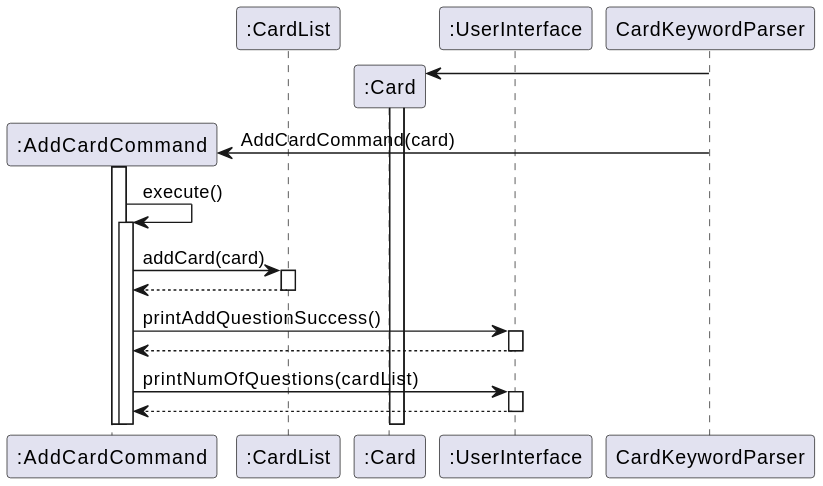
Before: docs/img/CardAddSequence.svg, a diagram exported from PlantUML (nus-cs2113-AY2223S2/tp).
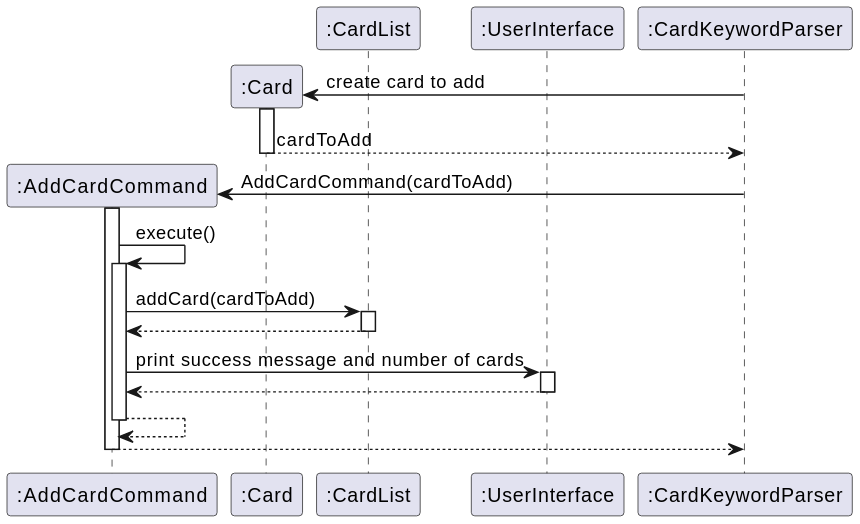
After the change.

Commit message:
Updated Card Sequence file

What changed in the source:
```diff
@@ -2,26 +2,26 @@
 autoactivate on
 
 participant ":AddCardCommand" as AddCardCommand
+participant ":Card" as Card
 participant ":CardList" as CardList
-participant ":Card" as Card
 participant ":UserInterface" as UserInterface
+participant ":CardKeywordParser" as CardKeywordParser
 
 Create Card
-CardKeywordParser -> Card
-activate Card
+CardKeywordParser -> Card : create card to add
+return cardToAdd
 
 Create AddCardCommand
-CardKeywordParser -> AddCardCommand : AddCardCommand(card)
-activate AddCardCommand
+CardKeywordParser -> AddCardCommand : AddCardCommand(cardToAdd)
 
 AddCardCommand -> AddCardCommand : execute()
-
-AddCardCommand -> CardList : addCard(card)
+AddCardCommand -> CardList : addCard(cardToAdd)
 return
 
-AddCardCommand -> UserInterface : printAddQuestionSuccess()
+AddCardCommand -> UserInterface : print success message and number of cards
 return
 
-AddCardCommand -> UserInterface : printNumOfQuestions(cardList)
+return
+
 return
 @enduml
```
